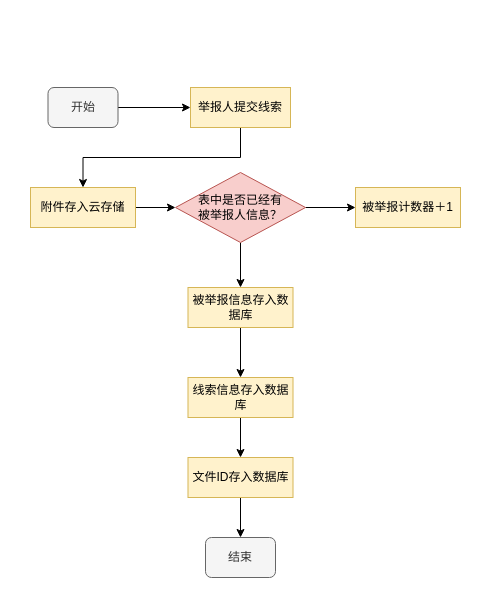
This is flc.drawio from jiang-111/crispy-parakeet, a draw.io file, before an edit. Source tidied: cells renumbered, new cells numbered last; positions are measured from the earlier drawing's top-left corner, leaving out a move shared by most shapes. Both pictures are drawn from the tidied source at 100%, with x=0, y=0 at pixel (30, 87).
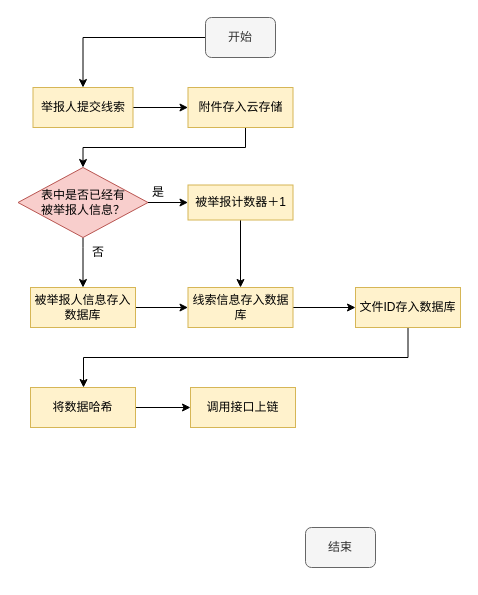
The same page after the edit.

Diff of the diagram source:
```diff
@@
     <mxCell id="3" value="开始" style="rounded=1;whiteSpace=wrap;html=1;fillColor=#f5f5f5;fontColor=#333333;strokeColor=#666666;" parent="1" vertex="1">
-      <mxGeometry x="17.5" width="70" height="40" as="geometry" />
+      <mxGeometry x="175" y="-70" width="70" height="40" as="geometry" />
     </mxCell>
     <mxCell id="4" value="结束" style="rounded=1;whiteSpace=wrap;html=1;fillColor=#f5f5f5;fontColor=#333333;strokeColor=#666666;" parent="1" vertex="1">
-      <mxGeometry x="175" y="450" width="70" height="40" as="geometry" />
+      <mxGeometry x="275" y="440" width="70" height="40" as="geometry" />
     </mxCell>
-    <mxCell id="5" style="edgeStyle=orthogonalEdgeStyle;rounded=0;jettySize=auto;html=1;exitX=0.5;exitY=1;exitDx=0;exitDy=0;entryX=0.5;entryY=0;entryDx=0;entryDy=0;" parent="1" edge="1" source="6" target="14">
+    <mxCell id="5" style="edgeStyle=orthogonalEdgeStyle;rounded=0;jettySize=auto;html=1;" parent="1" edge="1" source="6" target="14">
       <mxGeometry relative="1" as="geometry" />
     </mxCell>
     <mxCell id="6" value="举报人提交线索" style="rounded=0;whiteSpace=wrap;html=1;fillColor=#fff2cc;strokeColor=#d6b656;" parent="1" vertex="1">
-      <mxGeometry x="160" width="100" height="40" as="geometry" />
+      <mxGeometry x="2.5" width="100" height="40" as="geometry" />
     </mxCell>
@@
     <mxCell id="8" style="edgeStyle=orthogonalEdgeStyle;rounded=0;jettySize=auto;html=1;" parent="1" edge="1" source="9" target="16">
-      <mxGeometry relative="1" as="geometry" />
+      <mxGeometry relative="1" as="geometry">
+        <Array as="points">
+          <mxPoint x="53" y="160" />
+          <mxPoint x="53" y="160" />
+        </Array>
+      </mxGeometry>
     </mxCell>
     <mxCell id="9" value="表中是否已经有&lt;br&gt;被举报人信息？" style="rhombus;whiteSpace=wrap;html=1;fillColor=#f8cecc;strokeColor=#b85450;" parent="1" vertex="1">
-      <mxGeometry x="145" y="85" width="130" height="70" as="geometry" />
+      <mxGeometry x="-12.5" y="80" width="130" height="70" as="geometry" />
     </mxCell>
+    <mxCell id="19" style="edgeStyle=orthogonalEdgeStyle;rounded=0;jettySize=auto;html=1;entryX=0.5;entryY=0;entryDx=0;entryDy=0;" parent="1" edge="1" source="10" target="12">
+      <mxGeometry relative="1" as="geometry" />
+    </mxCell>
     <mxCell id="10" value="被举报计数器＋1" style="rounded=0;whiteSpace=wrap;html=1;fillColor=#fff2cc;strokeColor=#d6b656;" parent="1" vertex="1">
-      <mxGeometry x="325" y="100" width="105" height="40" as="geometry" />
+      <mxGeometry x="157.5" y="97.5" width="105" height="35" as="geometry" />
     </mxCell>
@@
     <mxCell id="12" value="线索信息存入数据库" style="rounded=0;whiteSpace=wrap;html=1;fillColor=#fff2cc;strokeColor=#d6b656;" parent="1" vertex="1">
-      <mxGeometry x="157.5" y="290" width="105" height="40" as="geometry" />
+      <mxGeometry x="157.5" y="200" width="105" height="40" as="geometry" />
     </mxCell>
-    <mxCell id="13" style="edgeStyle=orthogonalEdgeStyle;rounded=0;jettySize=auto;html=1;" parent="1" edge="1" source="14" target="9">
-      <mxGeometry relative="1" as="geometry" />
+    <mxCell id="13" style="edgeStyle=orthogonalEdgeStyle;rounded=0;jettySize=auto;html=1;entryX=0.5;entryY=0;entryDx=0;entryDy=0;exitX=0.5;exitY=1;exitDx=0;exitDy=0;" parent="1" edge="1" source="14" target="9">
+      <mxGeometry relative="1" as="geometry">
+        <Array as="points">
+          <mxPoint x="215" y="40" />
+          <mxPoint x="215" y="60" />
+          <mxPoint x="53" y="60" />
+        </Array>
+      </mxGeometry>
     </mxCell>
     <mxCell id="14" value="附件存入云存储" style="rounded=0;whiteSpace=wrap;html=1;fillColor=#fff2cc;strokeColor=#d6b656;" parent="1" vertex="1">
-      <mxGeometry y="100" width="105" height="40" as="geometry" />
+      <mxGeometry x="157.5" width="105" height="40" as="geometry" />
     </mxCell>
-    <mxCell id="15" style="edgeStyle=orthogonalEdgeStyle;rounded=0;jettySize=auto;html=1;" parent="1" edge="1" source="16" target="12">
+    <mxCell id="15" style="edgeStyle=orthogonalEdgeStyle;rounded=0;jettySize=auto;html=1;entryX=0;entryY=0.5;entryDx=0;entryDy=0;" parent="1" edge="1" source="16" target="12">
       <mxGeometry relative="1" as="geometry" />
     </mxCell>
-    <mxCell id="16" value="被举报信息存入数据库" style="rounded=0;whiteSpace=wrap;html=1;fillColor=#fff2cc;strokeColor=#d6b656;" parent="1" vertex="1">
-      <mxGeometry x="157.5" y="200" width="105" height="40" as="geometry" />
+    <mxCell id="16" value="被举报人信息存入数据库" style="rounded=0;whiteSpace=wrap;html=1;fillColor=#fff2cc;strokeColor=#d6b656;" parent="1" vertex="1">
+      <mxGeometry y="200" width="105" height="40" as="geometry" />
     </mxCell>
-    <mxCell id="17" style="edgeStyle=orthogonalEdgeStyle;rounded=0;jettySize=auto;html=1;" parent="1" edge="1" source="18" target="4">
-      <mxGeometry relative="1" as="geometry" />
-    </mxCell>
+    <mxCell id="20" style="edgeStyle=orthogonalEdgeStyle;rounded=0;jettySize=auto;html=1;" parent="1" edge="1" source="18" target="24">
+      <mxGeometry relative="1" as="geometry">
+        <Array as="points">
+          <mxPoint x="378" y="270" />
+          <mxPoint x="53" y="270" />
+        </Array>
+      </mxGeometry>
+    </mxCell>
     <mxCell id="18" value="文件ID存入数据库" style="rounded=0;whiteSpace=wrap;html=1;fillColor=#fff2cc;strokeColor=#d6b656;" parent="1" vertex="1">
-      <mxGeometry x="157.5" y="370" width="105" height="40" as="geometry" />
+      <mxGeometry x="325" y="200" width="105" height="40" as="geometry" />
     </mxCell>
+    <mxCell id="21" value="是" style="text;html=1;strokeColor=none;fillColor=none;align=center;verticalAlign=middle;whiteSpace=wrap;rounded=0;" parent="1" vertex="1">
+      <mxGeometry x="97.5" y="90" width="60" height="30" as="geometry" />
+    </mxCell>
+    <mxCell id="22" value="否" style="text;html=1;strokeColor=none;fillColor=none;align=center;verticalAlign=middle;whiteSpace=wrap;rounded=0;" parent="1" vertex="1">
+      <mxGeometry x="47.5" y="150" width="40" height="30" as="geometry" />
+    </mxCell>
+    <mxCell id="23" style="edgeStyle=orthogonalEdgeStyle;rounded=0;jettySize=auto;html=1;" parent="1" edge="1" source="24" target="25">
+      <mxGeometry relative="1" as="geometry" />
+    </mxCell>
+    <mxCell id="24" value="将数据哈希" style="rounded=0;whiteSpace=wrap;html=1;fillColor=#fff2cc;strokeColor=#d6b656;" parent="1" vertex="1">
+      <mxGeometry y="300" width="105" height="40" as="geometry" />
+    </mxCell>
+    <mxCell id="25" value="调用接口上链" style="rounded=0;whiteSpace=wrap;html=1;fillColor=#fff2cc;strokeColor=#d6b656;" parent="1" vertex="1">
+      <mxGeometry x="160" y="300" width="105" height="40" as="geometry" />
+    </mxCell>
```
